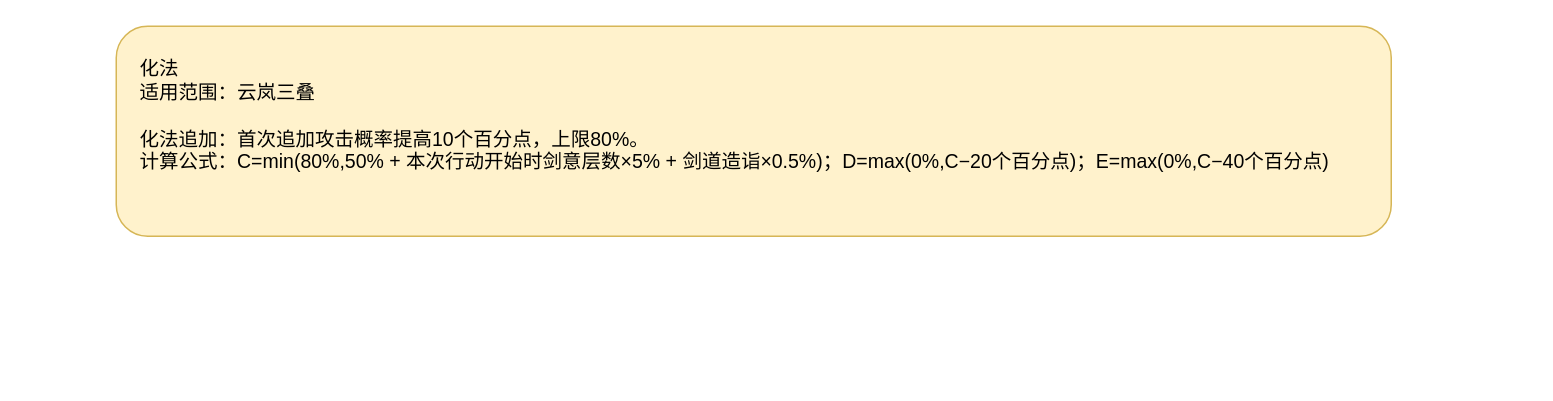
Earlier version of the draw.io diagram page "云岚三叠化法" (1 of 2) of docs/卡牌词典/秘籍技能/舒卷天章/化法/云岚三叠第3卷.drawio (ankundanetracyc-spec/tian-guan-you-du). Source tidied: cells renumbered, new cells numbered last; positions are measured from the earlier drawing's top-left corner, leaving out a move shared by most shapes. Both pictures are drawn from the tidied source at 150%, with x=0, y=0 at pixel (116, 26).
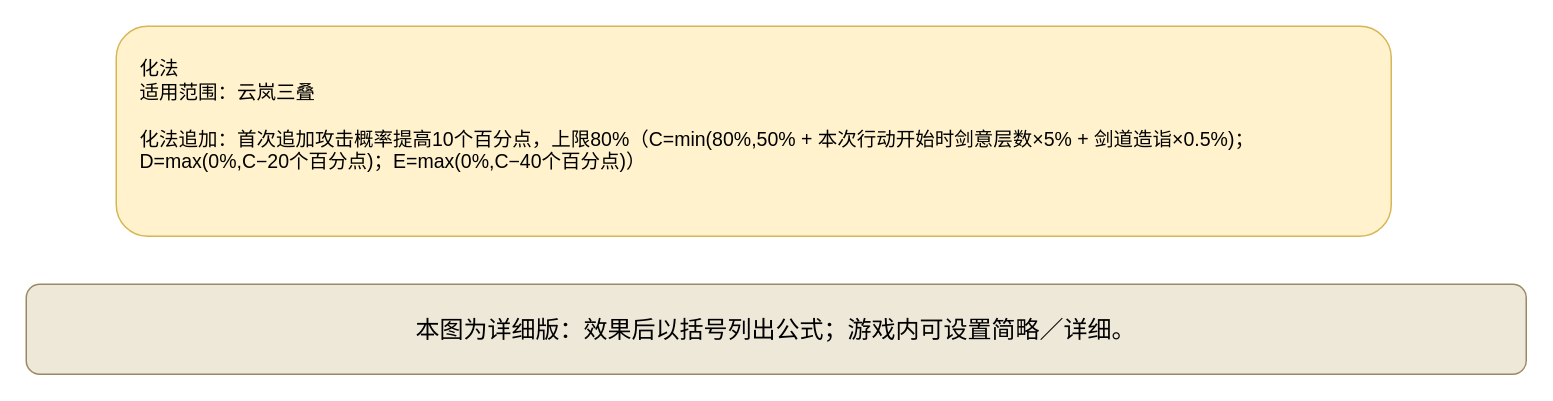
After the change.

Change to the diagram source:
```diff
@@
 <mxGraphModel>
   <root>
     <mxCell id="0" />
     <mxCell id="1" parent="0" />
-    <mxCell id="2" value="&lt;div style=&quot;text-align:left;&quot;&gt;化法&lt;br&gt;适用范围：云岚三叠&lt;br&gt;&lt;br&gt;化法追加：首次追加攻击概率提高10个百分点，上限80%。&lt;br&gt;计算公式：C=min(80%,50% + 本次行动开始时剑意层数×5% + 剑道造诣×0.5%)；D=max(0%,C−20个百分点)；E=max(0%,C−40个百分点)&lt;/div&gt;" style="rounded=1;whiteSpace=wrap;html=1;fillColor=#fff2cc;strokeColor=#d6b656;fontSize=13;align=left;verticalAlign=top;spacing=16;" parent="1" vertex="1">
+    <mxCell id="2" value="化法&#10;适用范围：云岚三叠&#10;&#10;化法追加：首次追加攻击概率提高10个百分点，上限80%（C=min(80%,50% + 本次行动开始时剑意层数×5% + 剑道造诣×0.5%)；D=max(0%,C−20个百分点)；E=max(0%,C−40个百分点)）" style="rounded=1;whiteSpace=wrap;html=1;fillColor=#fff2cc;strokeColor=#d6b656;fontSize=13;align=left;verticalAlign=top;spacing=16;" parent="1" vertex="1">
       <mxGeometry width="850" height="140" as="geometry" />
     </mxCell>
+    <mxCell id="3" value="本图为详细版：效果后以括号列出公式；游戏内可设置简略／详细。" style="rounded=1;whiteSpace=wrap;html=1;fillColor=#eee8d8;strokeColor=#9a8967;fontSize=16;" parent="1" vertex="1">
+      <mxGeometry x="-60" y="172" width="1000" height="60" as="geometry" />
+    </mxCell>
   </root>
 </mxGraphModel>
```
